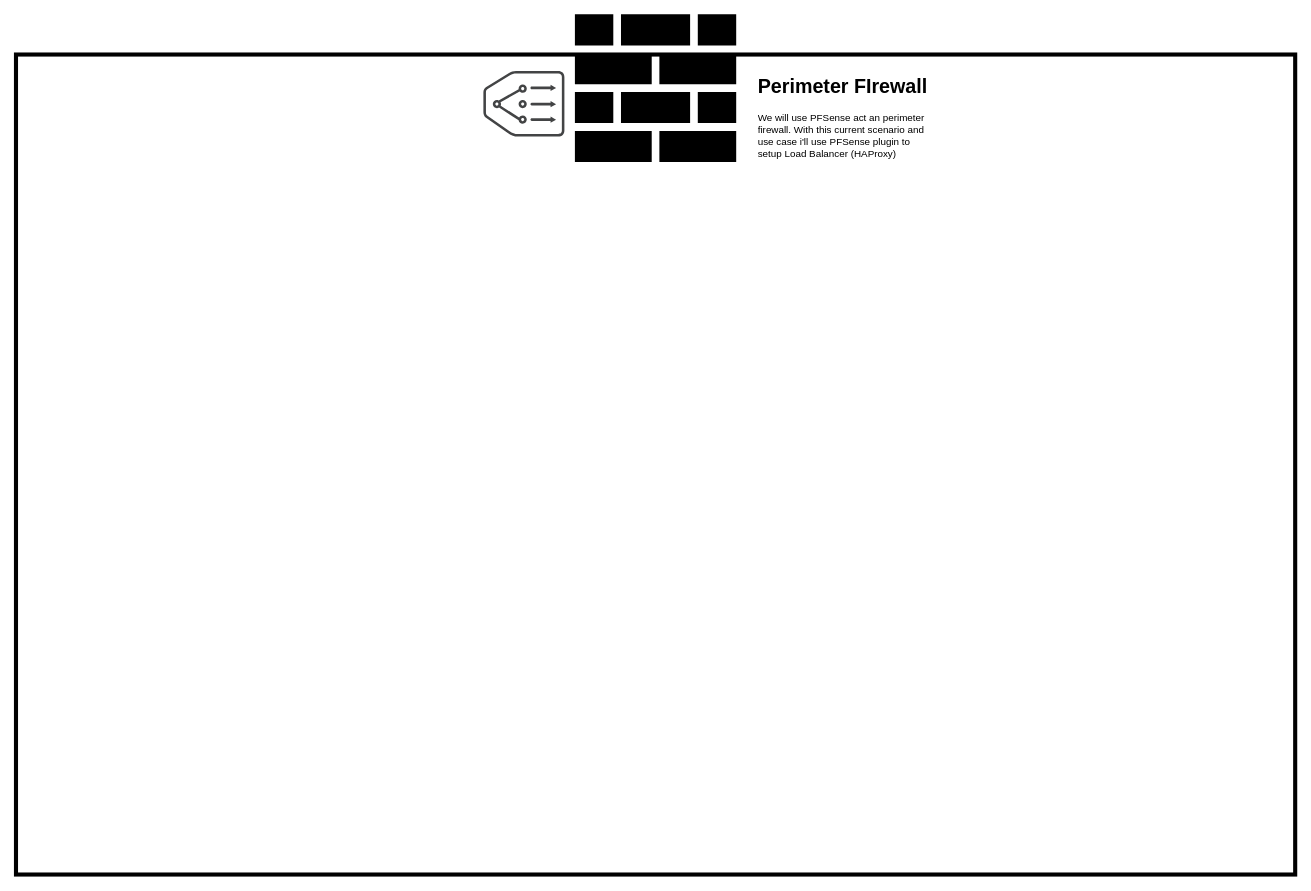
13ihsan92/Security-Blue-Team keeps this draw.io diagram as Untitled Diagram.drawio. Above is the earlier version. Source tidied: cells renumbered, new cells numbered last; positions are measured from the earlier drawing's top-left corner, leaving out a move shared by most shapes. Both pictures are drawn from the tidied source at 82%, with x=0, y=0 at pixel (16, 14). Pictures stored in the file or linked from it are replaced by grey dashed boxes.
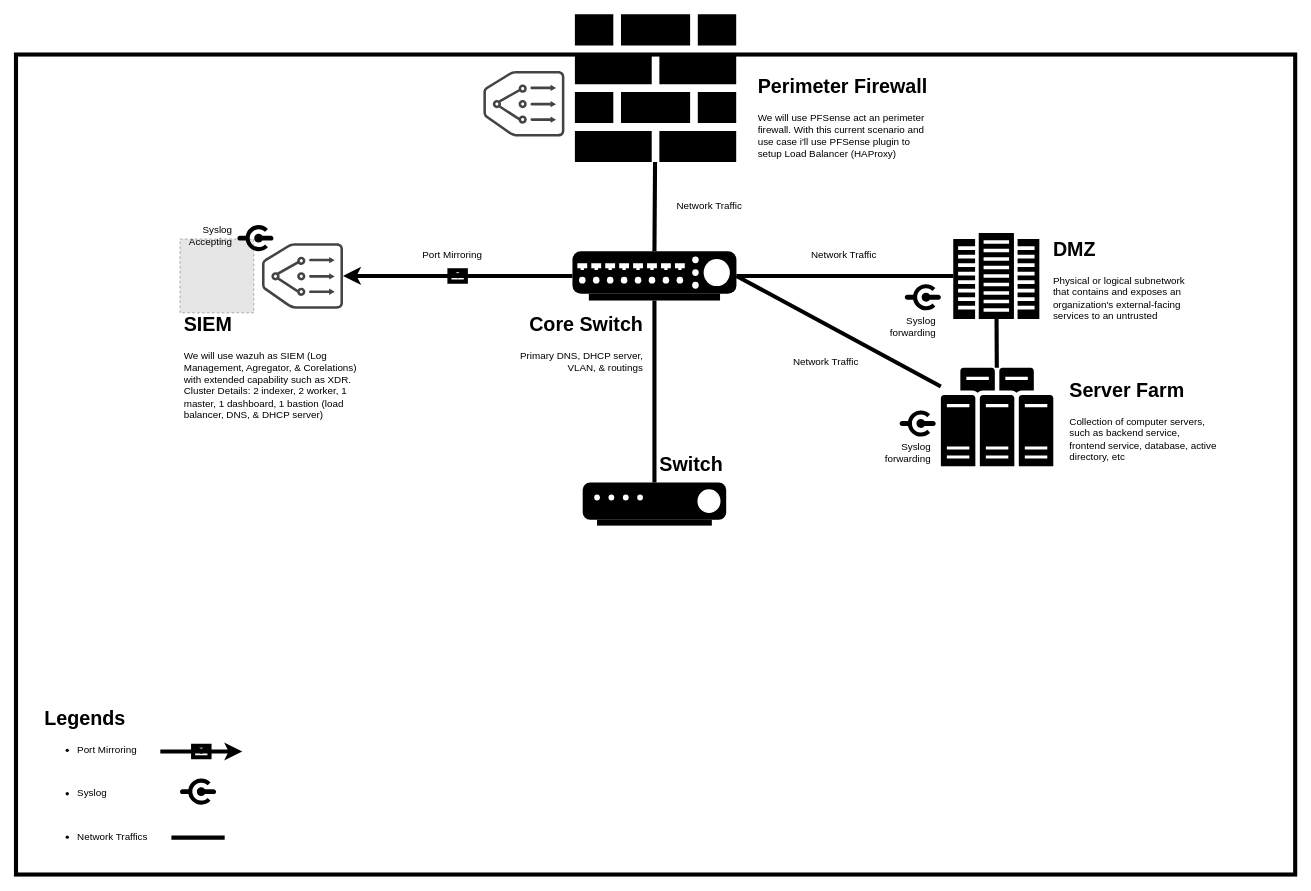
Above is the later version.

Commit message:
Adding dmz, server farm, and core switch

Unchanged cells that the change refers to:
```xml
<mxCell id="3" style="sketch=0;shadow=0;dashed=0;html=1;strokeColor=none;fillColor=#000000;labelPosition=center;verticalLabelPosition=bottom;verticalAlign=top;outlineConnect=0;align=center;shape=mxgraph.office.concepts.firewall;strokeWidth=5;" parent="1" vertex="1">
  <mxGeometry x="681.6" width="196.7" height="180" as="geometry" />
</mxCell>
```

What changed in the source:
```diff
@@
-    <mxCell id="2" style="rounded=0;whiteSpace=wrap;html=1;fillColor=#FFFFFF;strokeWidth=5;strokeColor=#000000;gradientColor=none;" parent="1" vertex="1">
+    <mxCell id="2" style="rounded=0;whiteSpace=wrap;html=1;fillColor=none;strokeWidth=5;strokeColor=#000000;gradientColor=none;" parent="1" vertex="1">
       <mxGeometry y="49" width="1560" height="1000" as="geometry" />
     </mxCell>
@@
-    <mxCell id="5" value="&lt;h1&gt;Perimeter FIrewall&lt;/h1&gt;&lt;p&gt;We will use PFSense act an perimeter firewall. With this current scenario and use case i'll use PFSense plugin to setup Load Balancer (HAProxy)&amp;nbsp;&lt;/p&gt;" style="text;html=1;strokeColor=none;fillColor=none;spacing=5;spacingTop=-20;whiteSpace=wrap;overflow=hidden;rounded=0;" parent="1" vertex="1">
+    <mxCell id="5" value="&lt;h1&gt;Perimeter Firewall&lt;/h1&gt;&lt;p&gt;We will use PFSense act an perimeter firewall. With this current scenario and use case i'll use PFSense plugin to setup Load Balancer (HAProxy)&amp;nbsp;&lt;/p&gt;" style="text;html=1;strokeColor=none;fillColor=none;spacing=5;spacingTop=-20;whiteSpace=wrap;overflow=hidden;rounded=0;" parent="1" vertex="1">
       <mxGeometry x="900" y="69" width="221.6" height="140" as="geometry" />
     </mxCell>
+    <mxCell id="6" style="fillColor=#E6E6E6;strokeColor=#999999;dashed=1;verticalLabelPosition=bottom;labelBackgroundColor=default;verticalAlign=top;" parent="1" vertex="1">
+      <mxGeometry x="200" y="274" width="90" height="90" as="geometry" />
+    </mxCell>
+    <mxCell id="7" style="fontColor=#0066CC;verticalAlign=top;verticalLabelPosition=bottom;labelPosition=center;align=center;html=1;outlineConnect=0;fillColor=#000000;strokeColor=none;gradientColor=none;gradientDirection=north;strokeWidth=2;shape=mxgraph.networks.switch;" parent="1" vertex="1">
+      <mxGeometry x="678.6" y="289" width="200" height="60" as="geometry" />
+    </mxCell>
+    <mxCell id="8" value="&lt;h1&gt;Legends&lt;/h1&gt;&lt;p&gt;&lt;/p&gt;&lt;ul&gt;&lt;li&gt;Port Mirroring&lt;/li&gt;&lt;/ul&gt;&lt;div&gt;&lt;br&gt;&lt;/div&gt;&lt;ul&gt;&lt;li&gt;Syslog&lt;/li&gt;&lt;/ul&gt;&lt;div&gt;&lt;br&gt;&lt;/div&gt;&lt;div&gt;&lt;ul&gt;&lt;li&gt;Network Traffics&lt;/li&gt;&lt;/ul&gt;&lt;/div&gt;&lt;p&gt;&lt;/p&gt;" style="text;html=1;strokeColor=none;fillColor=none;spacing=5;spacingTop=-20;whiteSpace=wrap;overflow=hidden;rounded=0;" parent="1" vertex="1">
+      <mxGeometry x="30" y="839" width="190" height="190" as="geometry" />
+    </mxCell>
+    <mxCell id="9" style="shape=partialRectangle;whiteSpace=wrap;html=1;right=0;top=0;bottom=0;fillColor=none;routingCenterX=-0.5;strokeColor=#000000;strokeWidth=5;rotation=90;" parent="1" vertex="1">
+      <mxGeometry x="217" y="979" width="10" height="60" as="geometry" />
+    </mxCell>
+    <mxCell id="10" style="sketch=0;shadow=0;dashed=0;html=1;strokeColor=none;fillColor=#000000;labelPosition=center;verticalLabelPosition=bottom;verticalAlign=top;align=center;shape=mxgraph.office.concepts.connector;strokeWidth=5;" parent="1" vertex="1">
+      <mxGeometry x="200" y="932" width="44" height="32" as="geometry" />
+    </mxCell>
+    <mxCell id="11" style="sketch=0;shadow=0;dashed=0;html=1;strokeColor=none;fillColor=#434445;labelPosition=center;verticalLabelPosition=bottom;verticalAlign=top;align=center;outlineConnect=0;shape=mxgraph.vvd.nsx_edge_and_load_balancer;strokeWidth=5;" parent="1" vertex="1">
+      <mxGeometry x="300" y="279" width="98.8" height="80" as="geometry" />
+    </mxCell>
+    <mxCell id="12" style="endArrow=none;html=1;rounded=0;strokeWidth=5;exitX=0.5;exitY=0;exitDx=0;exitDy=0;exitPerimeter=0;" parent="1" edge="1" source="7" target="3">
+      <mxGeometry relative="1" as="geometry" />
+    </mxCell>
+    <mxCell id="13" value="&lt;h1&gt;SIEM&lt;/h1&gt;&lt;p&gt;We will use wazuh as SIEM (Log Management, Agregator, &amp;amp; Corelations) with extended capability such as XDR. Cluster Details: 2 indexer, 2 worker, 1 master, 1 dashboard, 1 bastion (load balancer, DNS, &amp;amp; DHCP server)&lt;br&gt;&lt;/p&gt;" style="text;html=1;strokeColor=none;fillColor=none;spacing=5;spacingTop=-20;whiteSpace=wrap;overflow=hidden;rounded=0;" parent="1" vertex="1">
+      <mxGeometry x="200" y="359" width="221.6" height="140" as="geometry" />
+    </mxCell>
+    <mxCell id="14" style="endArrow=classic;html=1;rounded=0;strokeWidth=5;exitX=0;exitY=0.5;exitDx=0;exitDy=0;exitPerimeter=0;" parent="1" edge="1" source="7" target="11">
+      <mxGeometry relative="1" as="geometry" />
+    </mxCell>
+    <mxCell id="15" style="shape=message;html=1;strokeColor=#000000;strokeWidth=5;fillColor=none;gradientColor=none;" parent="14" vertex="1">
+      <mxGeometry width="20" height="14" relative="1" as="geometry">
+        <mxPoint x="-10" y="-7" as="offset" />
+      </mxGeometry>
+    </mxCell>
+    <mxCell id="16" value="Network Traffic" style="text;strokeColor=none;fillColor=none;align=left;verticalAlign=middle;spacingLeft=4;spacingRight=4;overflow=hidden;whiteSpace=wrap;html=1;" parent="1" vertex="1">
+      <mxGeometry x="800" y="219" width="100" height="30" as="geometry" />
+    </mxCell>
+    <mxCell id="17" value="Port Mirroring" style="text;strokeColor=none;fillColor=none;align=left;verticalAlign=middle;spacingLeft=4;spacingRight=4;overflow=hidden;whiteSpace=wrap;html=1;" parent="1" vertex="1">
+      <mxGeometry x="490" y="279" width="90" height="30" as="geometry" />
+    </mxCell>
+    <mxCell id="18" value="&lt;h1&gt;Core Switch&lt;/h1&gt;&lt;p&gt;Primary DNS, DHCP server, VLAN, &amp;amp; routings&lt;/p&gt;" style="text;html=1;strokeColor=none;fillColor=none;spacing=5;spacingTop=-20;whiteSpace=wrap;overflow=hidden;rounded=0;align=right;" parent="1" vertex="1">
+      <mxGeometry x="580" y="359" width="190" height="120" as="geometry" />
+    </mxCell>
+    <mxCell id="19" style="endArrow=classic;html=1;rounded=0;strokeWidth=5;" parent="1" edge="1">
+      <mxGeometry relative="1" as="geometry">
+        <mxPoint x="176" y="899" as="sourcePoint" />
+        <mxPoint x="276" y="899" as="targetPoint" />
+      </mxGeometry>
+    </mxCell>
+    <mxCell id="20" style="shape=message;html=1;strokeColor=#000000;strokeWidth=5;fillColor=none;gradientColor=none;" parent="19" vertex="1">
+      <mxGeometry width="20" height="14" relative="1" as="geometry">
+        <mxPoint x="-10" y="-7" as="offset" />
+      </mxGeometry>
+    </mxCell>
+    <mxCell id="21" style="sketch=0;shadow=0;dashed=0;html=1;strokeColor=none;fillColor=#000000;labelPosition=center;verticalLabelPosition=bottom;verticalAlign=top;outlineConnect=0;align=center;shape=mxgraph.office.servers.datacenter;strokeWidth=5;" parent="1" vertex="1">
+      <mxGeometry x="1143" y="266.5" width="105" height="105" as="geometry" />
+    </mxCell>
+    <mxCell id="22" style="endArrow=none;html=1;rounded=0;strokeWidth=5;exitX=1;exitY=0.5;exitDx=0;exitDy=0;exitPerimeter=0;" parent="1" edge="1" source="7" target="21">
+      <mxGeometry relative="1" as="geometry" />
+    </mxCell>
+    <mxCell id="23" value="Network Traffic" style="text;strokeColor=none;fillColor=none;align=left;verticalAlign=middle;spacingLeft=4;spacingRight=4;overflow=hidden;whiteSpace=wrap;html=1;" parent="1" vertex="1">
+      <mxGeometry x="964" y="279" width="100" height="30" as="geometry" />
+    </mxCell>
+    <mxCell id="24" value="&lt;h1&gt;DMZ&lt;/h1&gt;&lt;p&gt;Physical or logical subnetwork that contains and exposes an organization's external-facing services to an untrusted&lt;/p&gt;" style="text;html=1;strokeColor=none;fillColor=none;spacing=5;spacingTop=-20;whiteSpace=wrap;overflow=hidden;rounded=0;" parent="1" vertex="1">
+      <mxGeometry x="1260" y="266.5" width="190" height="120" as="geometry" />
+    </mxCell>
+    <mxCell id="25" style="sketch=0;shadow=0;dashed=0;html=1;strokeColor=none;fillColor=#000000;labelPosition=center;verticalLabelPosition=bottom;verticalAlign=top;outlineConnect=0;align=center;shape=mxgraph.office.servers.server_farm;strokeWidth=5;" parent="1" vertex="1">
+      <mxGeometry x="1127.9" y="431" width="137.1" height="120" as="geometry" />
+    </mxCell>
+    <mxCell id="26" style="endArrow=none;html=1;rounded=0;strokeWidth=5;" parent="1" edge="1" source="25" target="21">
+      <mxGeometry relative="1" as="geometry" />
+    </mxCell>
+    <mxCell id="27" style="endArrow=none;html=1;rounded=0;strokeWidth=5;entryX=1;entryY=0.5;entryDx=0;entryDy=0;entryPerimeter=0;" parent="1" edge="1" source="25" target="7">
+      <mxGeometry relative="1" as="geometry" />
+    </mxCell>
+    <mxCell id="28" value="Network Traffic" style="text;strokeColor=none;fillColor=none;align=left;verticalAlign=middle;spacingLeft=4;spacingRight=4;overflow=hidden;whiteSpace=wrap;html=1;" parent="1" vertex="1">
+      <mxGeometry x="941.6" y="409" width="100" height="30" as="geometry" />
+    </mxCell>
+    <mxCell id="29" value="&lt;h1&gt;Server Farm&lt;/h1&gt;&lt;p&gt;Collection of computer servers, such as backend service, frontend service, database, active directory, etc&lt;/p&gt;" style="text;html=1;strokeColor=none;fillColor=none;spacing=5;spacingTop=-20;whiteSpace=wrap;overflow=hidden;rounded=0;" parent="1" vertex="1">
+      <mxGeometry x="1280" y="439" width="190" height="120" as="geometry" />
+    </mxCell>
+    <mxCell id="30" style="sketch=0;shadow=0;dashed=0;html=1;strokeColor=none;fillColor=#000000;labelPosition=center;verticalLabelPosition=bottom;verticalAlign=top;align=center;shape=mxgraph.office.concepts.connector;strokeWidth=5;" parent="1" vertex="1">
+      <mxGeometry x="1077.6" y="483" width="44" height="32" as="geometry" />
+    </mxCell>
+    <mxCell id="31" value="Syslog forwarding" style="text;strokeColor=none;fillColor=none;align=right;verticalAlign=middle;spacingLeft=4;spacingRight=4;overflow=hidden;whiteSpace=wrap;html=1;" parent="1" vertex="1">
+      <mxGeometry x="1041.6" y="517" width="80" height="36" as="geometry" />
+    </mxCell>
+    <mxCell id="32" style="sketch=0;shadow=0;dashed=0;html=1;strokeColor=none;fillColor=#000000;labelPosition=center;verticalLabelPosition=bottom;verticalAlign=top;align=center;shape=mxgraph.office.concepts.connector;strokeWidth=5;" parent="1" vertex="1">
+      <mxGeometry x="270" y="257" width="44" height="32" as="geometry" />
+    </mxCell>
+    <mxCell id="33" value="Syslog&lt;br&gt;Accepting" style="text;strokeColor=none;fillColor=none;align=right;verticalAlign=middle;spacingLeft=4;spacingRight=4;overflow=hidden;whiteSpace=wrap;html=1;" parent="1" vertex="1">
+      <mxGeometry x="190" y="252" width="80" height="36" as="geometry" />
+    </mxCell>
+    <mxCell id="34" style="sketch=0;shadow=0;dashed=0;html=1;strokeColor=none;fillColor=#000000;labelPosition=center;verticalLabelPosition=bottom;verticalAlign=top;align=center;shape=mxgraph.office.concepts.connector;strokeWidth=5;" parent="1" vertex="1">
+      <mxGeometry x="1083.9" y="329" width="44" height="32" as="geometry" />
+    </mxCell>
+    <mxCell id="35" value="Syslog forwarding" style="text;strokeColor=none;fillColor=none;align=right;verticalAlign=middle;spacingLeft=4;spacingRight=4;overflow=hidden;whiteSpace=wrap;html=1;" parent="1" vertex="1">
+      <mxGeometry x="1047.9" y="363" width="80" height="36" as="geometry" />
+    </mxCell>
+    <mxCell id="36" style="fontColor=#0066CC;verticalAlign=top;verticalLabelPosition=bottom;labelPosition=center;align=center;html=1;outlineConnect=0;fillColor=#000000;strokeColor=none;gradientColor=none;gradientDirection=north;strokeWidth=2;shape=mxgraph.networks.modem;" parent="1" vertex="1">
+      <mxGeometry x="691.1" y="571" width="175" height="52.5" as="geometry" />
+    </mxCell>
+    <mxCell id="37" value="&lt;h1&gt;Switch&lt;/h1&gt;" style="text;html=1;strokeColor=none;fillColor=none;spacing=5;spacingTop=-20;whiteSpace=wrap;overflow=hidden;rounded=0;" parent="1" vertex="1">
+      <mxGeometry x="780" y="529" width="100" height="40" as="geometry" />
+    </mxCell>
+    <mxCell id="38" style="endArrow=none;html=1;rounded=0;strokeWidth=5;entryX=0.5;entryY=1;entryDx=0;entryDy=0;entryPerimeter=0;" parent="1" edge="1" source="36" target="7">
+      <mxGeometry relative="1" as="geometry" />
+    </mxCell>
```
